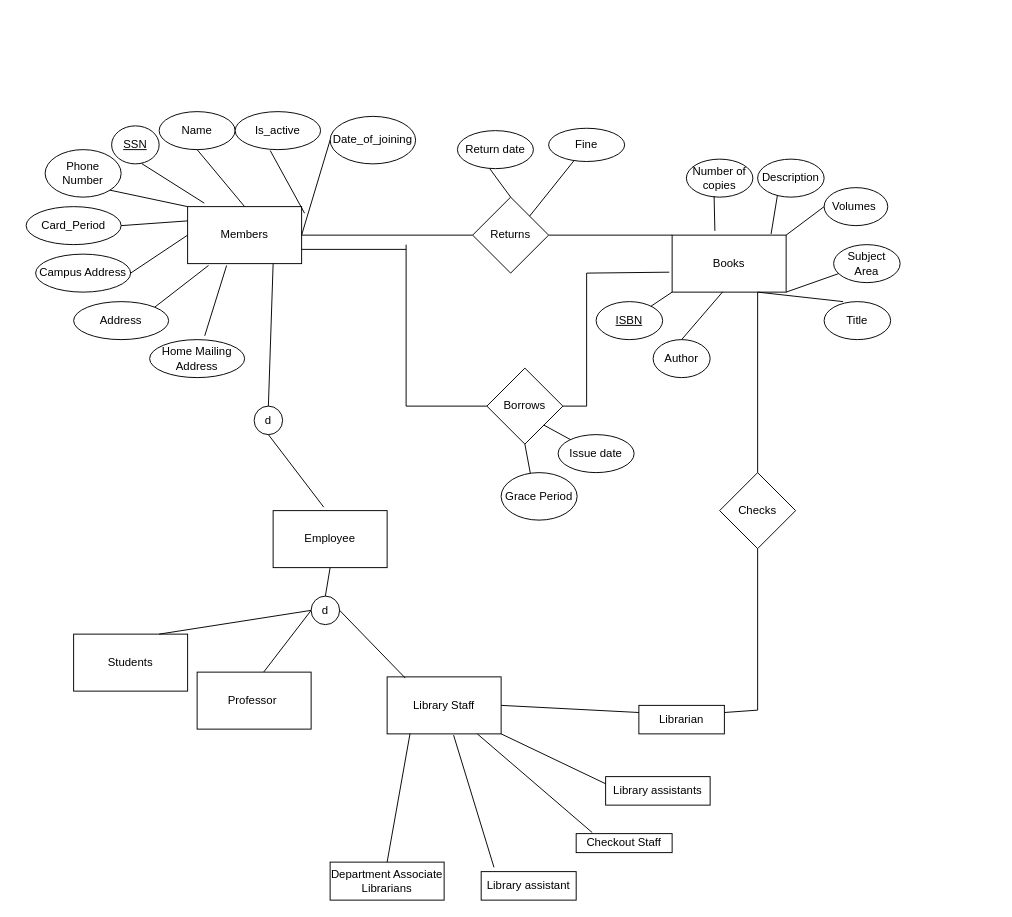
Earlier version of the draw.io diagram er.drawio (aditpatil10/Library-Management-System). Source tidied: cells renumbered, new cells numbered last; positions are measured from the earlier drawing's top-left corner, leaving out a move shared by most shapes. Both pictures are drawn from the tidied source at 95%, with x=0, y=0 at pixel (26, 111).
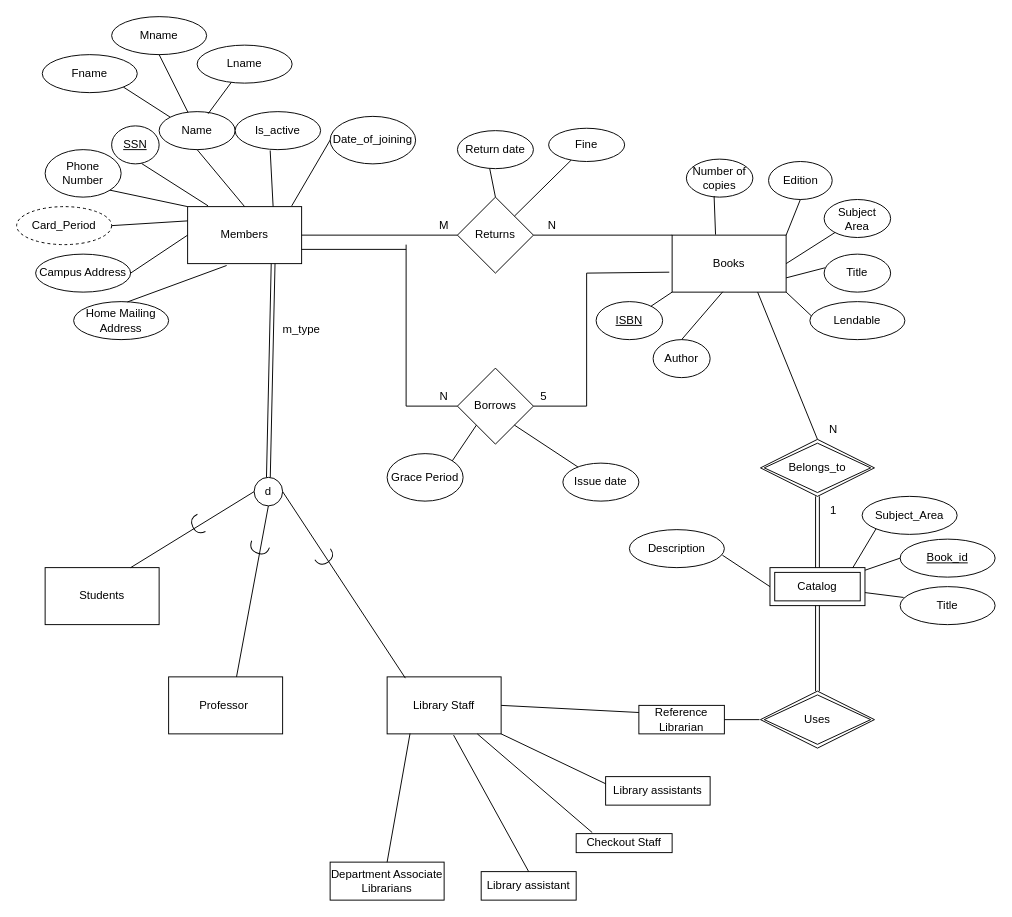
The same diagram, later.

The change refers to these unchanged cells:
```xml
<mxCell id="2" style="rounded=0;whiteSpace=wrap;html=1;" parent="1" vertex="1">
  <mxGeometry x="170" y="100" width="120" height="60" as="geometry" />
</mxCell>
<mxCell id="4" value="Books" style="rounded=0;whiteSpace=wrap;html=1;" parent="1" vertex="1">
  <mxGeometry x="680" y="130" width="120" height="60" as="geometry" />
</mxCell>
<mxCell id="7" value="SSN" style="ellipse;whiteSpace=wrap;html=1;fontStyle=4;" parent="1" vertex="1">
  <mxGeometry x="90" y="15" width="50" height="40" as="geometry" />
</mxCell>
<mxCell id="8" value="Name" style="ellipse;whiteSpace=wrap;html=1;" parent="1" vertex="1">
  <mxGeometry x="140" width="80" height="40" as="geometry" />
</mxCell>
<mxCell id="19" value="Number of copies" style="ellipse;whiteSpace=wrap;html=1;align=center;" parent="1" vertex="1">
  <mxGeometry x="695" y="50" width="70" height="40" as="geometry" />
</mxCell>
<mxCell id="33" value="Is_active" style="ellipse;whiteSpace=wrap;html=1;" parent="1" vertex="1">
  <mxGeometry x="220" width="90" height="40" as="geometry" />
</mxCell>
<mxCell id="35" value="Date_of_joining" style="ellipse;whiteSpace=wrap;html=1;" parent="1" vertex="1">
  <mxGeometry x="320" y="5" width="90" height="50" as="geometry" />
</mxCell>
<mxCell id="41" value="Library Staff" style="rounded=0;whiteSpace=wrap;html=1;" parent="1" vertex="1">
  <mxGeometry x="380" y="595" width="120" height="60" as="geometry" />
</mxCell>
<mxCell id="48" value="Library assistant" style="rounded=0;whiteSpace=wrap;html=1;" parent="1" vertex="1">
  <mxGeometry x="479" y="800" width="100" height="30" as="geometry" />
</mxCell>
```

The edit, as a diff of the source:
```diff
@@
     <mxCell id="6" value="Borrows" style="rhombus;whiteSpace=wrap;html=1;" parent="1" vertex="1">
-      <mxGeometry x="485" y="270" width="80" height="80" as="geometry" />
+      <mxGeometry x="454" y="270" width="80" height="80" as="geometry" />
     </mxCell>
@@
-    <mxCell id="11" value="Address" style="ellipse;whiteSpace=wrap;html=1;align=center;" parent="1" vertex="1">
-      <mxGeometry x="50" y="200" width="100" height="40" as="geometry" />
-    </mxCell>
     <mxCell id="12" value="Home Mailing Address" style="ellipse;whiteSpace=wrap;html=1;align=center;" parent="1" vertex="1">
-      <mxGeometry x="130" y="240" width="100" height="40" as="geometry" />
+      <mxGeometry x="50" y="200" width="100" height="40" as="geometry" />
     </mxCell>
-    <mxCell id="13" value="d" style="ellipse;whiteSpace=wrap;html=1;" parent="1" vertex="1">
-      <mxGeometry x="240" y="310" width="30" height="30" as="geometry" />
-    </mxCell>
-    <mxCell id="14" style="endArrow=none;html=1;entryX=0.75;entryY=1;entryDx=0;entryDy=0;exitX=0.5;exitY=0;exitDx=0;exitDy=0;" parent="1" edge="1" source="13" target="2">
-      <mxGeometry relative="1" as="geometry" />
-    </mxCell>
-    <mxCell id="15" value="Card_Period" style="ellipse;whiteSpace=wrap;html=1;align=center;" parent="1" vertex="1">
-      <mxGeometry y="100" width="100" height="40" as="geometry" />
-    </mxCell>
@@
     <mxCell id="17" value="Title" style="ellipse;whiteSpace=wrap;html=1;align=center;" parent="1" vertex="1">
-      <mxGeometry x="840" y="200" width="70" height="40" as="geometry" />
+      <mxGeometry x="840" y="150" width="70" height="40" as="geometry" />
     </mxCell>
     <mxCell id="18" value="Subject Area" style="ellipse;whiteSpace=wrap;html=1;align=center;" parent="1" vertex="1">
-      <mxGeometry x="850" y="140" width="70" height="40" as="geometry" />
+      <mxGeometry x="840" y="92.5" width="70" height="40" as="geometry" />
     </mxCell>
@@
-    <mxCell id="20" value="Description" style="ellipse;whiteSpace=wrap;html=1;align=center;" parent="1" vertex="1">
-      <mxGeometry x="770" y="50" width="70" height="40" as="geometry" />
-    </mxCell>
@@
-    <mxCell id="22" style="endArrow=none;html=1;entryX=1;entryY=1;entryDx=0;entryDy=0;" parent="1" edge="1" source="18" target="4">
+    <mxCell id="22" style="endArrow=none;html=1;entryX=1;entryY=0.5;entryDx=0;entryDy=0;" parent="1" edge="1" source="18" target="4">
       <mxGeometry relative="1" as="geometry" />
     </mxCell>
-    <mxCell id="23" style="endArrow=none;html=1;entryX=0.75;entryY=1;entryDx=0;entryDy=0;exitX=0.286;exitY=0;exitDx=0;exitDy=0;exitPerimeter=0;" parent="1" edge="1" source="17" target="4">
+    <mxCell id="23" style="endArrow=none;html=1;entryX=1;entryY=0.75;entryDx=0;entryDy=0;exitX=0.012;exitY=0.36;exitDx=0;exitDy=0;exitPerimeter=0;" parent="1" edge="1" source="17" target="4">
       <mxGeometry relative="1" as="geometry" />
     </mxCell>
@@
-    <mxCell id="25" style="endArrow=none;html=1;exitX=0.868;exitY=-0.019;exitDx=0;exitDy=0;exitPerimeter=0;entryX=0.298;entryY=0.95;entryDx=0;entryDy=0;entryPerimeter=0;" parent="1" edge="1" source="4" target="20">
-      <mxGeometry relative="1" as="geometry" />
-    </mxCell>
-    <mxCell id="26" style="endArrow=none;html=1;entryX=0.417;entryY=0.971;entryDx=0;entryDy=0;entryPerimeter=0;exitX=0.375;exitY=-0.075;exitDx=0;exitDy=0;exitPerimeter=0;" parent="1" edge="1" source="4" target="19">
+    <mxCell id="26" style="endArrow=none;html=1;entryX=0.417;entryY=0.971;entryDx=0;entryDy=0;entryPerimeter=0;exitX=0.381;exitY=-0.009;exitDx=0;exitDy=0;exitPerimeter=0;" parent="1" edge="1" source="4" target="19">
       <mxGeometry relative="1" as="geometry" />
     </mxCell>
@@
-    <mxCell id="28" style="endArrow=none;html=1;exitX=1;exitY=0;exitDx=0;exitDy=0;entryX=0.183;entryY=1.033;entryDx=0;entryDy=0;entryPerimeter=0;" parent="1" edge="1" source="11" target="2">
-      <mxGeometry relative="1" as="geometry" />
-    </mxCell>
-    <mxCell id="29" style="endArrow=none;html=1;entryX=0.633;entryY=0.992;entryDx=0;entryDy=0;entryPerimeter=0;exitX=0.146;exitY=-0.061;exitDx=0;exitDy=0;exitPerimeter=0;" parent="1" edge="1" source="2" target="7">
+    <mxCell id="29" style="endArrow=none;html=1;entryX=0.633;entryY=0.992;entryDx=0;entryDy=0;entryPerimeter=0;exitX=0.179;exitY=-0.014;exitDx=0;exitDy=0;exitPerimeter=0;" parent="1" edge="1" source="2" target="7">
       <mxGeometry relative="1" as="geometry" />
     </mxCell>
@@
-    <mxCell id="34" style="endArrow=none;html=1;exitX=1.026;exitY=0.116;exitDx=0;exitDy=0;exitPerimeter=0;entryX=0.41;entryY=1.023;entryDx=0;entryDy=0;entryPerimeter=0;" parent="1" edge="1" source="2" target="33">
+    <mxCell id="34" style="endArrow=none;html=1;exitX=0.75;exitY=0;exitDx=0;exitDy=0;entryX=0.41;entryY=1.023;entryDx=0;entryDy=0;entryPerimeter=0;" parent="1" edge="1" source="2" target="33">
       <mxGeometry relative="1" as="geometry" />
     </mxCell>
@@
-    <mxCell id="36" style="endArrow=none;html=1;exitX=1;exitY=0.5;exitDx=0;exitDy=0;entryX=0;entryY=0.5;entryDx=0;entryDy=0;" parent="1" edge="1" source="2" target="35">
+    <mxCell id="36" style="endArrow=none;html=1;exitX=0.913;exitY=-0.013;exitDx=0;exitDy=0;entryX=0;entryY=0.5;entryDx=0;entryDy=0;exitPerimeter=0;" parent="1" edge="1" source="2" target="35">
       <mxGeometry relative="1" as="geometry" />
     </mxCell>
-    <mxCell id="37" value="Employee" style="rounded=0;whiteSpace=wrap;html=1;" parent="1" vertex="1">
-      <mxGeometry x="260" y="420" width="120" height="60" as="geometry" />
-    </mxCell>
-    <mxCell id="38" style="endArrow=none;html=1;exitX=0.444;exitY=-0.061;exitDx=0;exitDy=0;exitPerimeter=0;entryX=0.5;entryY=1;entryDx=0;entryDy=0;" parent="1" edge="1" source="37" target="13">
-      <mxGeometry relative="1" as="geometry" />
-    </mxCell>
-    <mxCell id="39" style="endArrow=none;html=1;entryX=0;entryY=0.5;entryDx=0;entryDy=0;" parent="1" edge="1" target="42">
-      <mxGeometry relative="1" as="geometry">
-        <mxPoint x="250" y="590" as="sourcePoint" />
-      </mxGeometry>
+    <mxCell id="39" style="endArrow=none;html=1;entryX=0.5;entryY=1;entryDx=0;entryDy=0;exitX=0.594;exitY=0.017;exitDx=0;exitDy=0;exitPerimeter=0;" parent="1" edge="1" source="40" target="42">
+      <mxGeometry relative="1" as="geometry" />
     </mxCell>
     <mxCell id="40" value="Professor&amp;nbsp;" style="rounded=0;whiteSpace=wrap;html=1;" parent="1" vertex="1">
-      <mxGeometry x="180" y="590" width="120" height="60" as="geometry" />
+      <mxGeometry x="150" y="595" width="120" height="60" as="geometry" />
     </mxCell>
@@
     <mxCell id="42" value="d" style="ellipse;whiteSpace=wrap;html=1;" parent="1" vertex="1">
-      <mxGeometry x="300" y="510" width="30" height="30" as="geometry" />
+      <mxGeometry x="240" y="385" width="30" height="30" as="geometry" />
     </mxCell>
-    <mxCell id="43" style="endArrow=none;html=1;exitX=0.5;exitY=0;exitDx=0;exitDy=0;entryX=0.5;entryY=1;entryDx=0;entryDy=0;" parent="1" edge="1" source="42" target="37">
-      <mxGeometry relative="1" as="geometry" />
-    </mxCell>
@@
-    <mxCell id="45" value="Librarian" style="rounded=0;whiteSpace=wrap;html=1;" parent="1" vertex="1">
+    <mxCell id="45" value="Reference&lt;br&gt;Librarian" style="rounded=0;whiteSpace=wrap;html=1;" parent="1" vertex="1">
       <mxGeometry x="645" y="625" width="90" height="30" as="geometry" />
     </mxCell>
@@
-    <mxCell id="51" style="endArrow=none;html=1;entryX=0.583;entryY=1.022;entryDx=0;entryDy=0;entryPerimeter=0;exitX=0.135;exitY=-0.15;exitDx=0;exitDy=0;exitPerimeter=0;" parent="1" edge="1" source="48" target="41">
+    <mxCell id="51" style="endArrow=none;html=1;entryX=0.583;entryY=1.022;entryDx=0;entryDy=0;entryPerimeter=0;exitX=0.5;exitY=0;exitDx=0;exitDy=0;" parent="1" edge="1" source="48" target="41">
       <mxGeometry relative="1" as="geometry" />
     </mxCell>
@@
-    <mxCell id="60" style="endArrow=none;html=1;exitX=0.5;exitY=1;exitDx=0;exitDy=0;entryX=0.5;entryY=1;entryDx=0;entryDy=0;" parent="1" edge="1" source="6" target="61">
+    <mxCell id="60" style="endArrow=none;html=1;exitX=0;exitY=1;exitDx=0;exitDy=0;entryX=0.5;entryY=1;entryDx=0;entryDy=0;" parent="1" edge="1" source="6" target="61">
       <mxGeometry relative="1" as="geometry" />
     </mxCell>
     <mxCell id="61" value="Grace Period" style="ellipse;whiteSpace=wrap;html=1;" parent="1" vertex="1">
-      <mxGeometry x="500" y="380" width="80" height="50" as="geometry" />
+      <mxGeometry x="380" y="360" width="80" height="50" as="geometry" />
     </mxCell>
-    <mxCell id="62" style="endArrow=none;html=1;exitX=0.58;exitY=-0.1;exitDx=0;exitDy=0;exitPerimeter=0;entryX=0.342;entryY=1.033;entryDx=0;entryDy=0;entryPerimeter=0;" parent="1" edge="1" source="12" target="2">
+    <mxCell id="62" style="endArrow=none;html=1;entryX=0.342;entryY=1.033;entryDx=0;entryDy=0;entryPerimeter=0;exitX=0.567;exitY=0.008;exitDx=0;exitDy=0;exitPerimeter=0;" parent="1" edge="1" source="12" target="2">
       <mxGeometry relative="1" as="geometry" />
     </mxCell>
@@
     <mxCell id="64" value="Issue date" style="ellipse;whiteSpace=wrap;html=1;" parent="1" vertex="1">
-      <mxGeometry x="560" y="340" width="80" height="40" as="geometry" />
+      <mxGeometry x="565" y="370" width="80" height="40" as="geometry" />
     </mxCell>
@@
     <mxCell id="66" value="Returns" style="rhombus;whiteSpace=wrap;html=1;" parent="1" vertex="1">
-      <mxGeometry x="470" y="90" width="80" height="80" as="geometry" />
+      <mxGeometry x="454" y="90" width="80" height="80" as="geometry" />
     </mxCell>
@@
-    <mxCell id="73" value="Checks" style="rhombus;whiteSpace=wrap;html=1;" parent="1" vertex="1">
-      <mxGeometry x="730" y="380" width="80" height="80" as="geometry" />
-    </mxCell>
-    <mxCell id="74" style="endArrow=none;html=1;entryX=0.75;entryY=1;entryDx=0;entryDy=0;exitX=0.5;exitY=0;exitDx=0;exitDy=0;" parent="1" edge="1" source="73" target="4">
-      <mxGeometry relative="1" as="geometry" />
-    </mxCell>
-    <mxCell id="75" style="endArrow=none;html=1;entryX=0.5;entryY=1;entryDx=0;entryDy=0;" parent="1" edge="1" target="73">
-      <mxGeometry relative="1" as="geometry">
-        <mxPoint x="770" y="630" as="sourcePoint" />
-      </mxGeometry>
-    </mxCell>
-    <mxCell id="76" style="endArrow=none;html=1;exitX=1;exitY=0.25;exitDx=0;exitDy=0;" parent="1" edge="1" source="45">
-      <mxGeometry relative="1" as="geometry">
-        <mxPoint x="770" y="630" as="targetPoint" />
-      </mxGeometry>
-    </mxCell>
     <mxCell id="77" value="Students" style="rounded=0;whiteSpace=wrap;html=1;" parent="1" vertex="1">
-      <mxGeometry x="50" y="550" width="120" height="60" as="geometry" />
+      <mxGeometry x="20" y="480" width="120" height="60" as="geometry" />
     </mxCell>
@@
-    <mxCell id="79" value="Volumes&amp;nbsp;" style="ellipse;whiteSpace=wrap;html=1;" parent="1" vertex="1">
-      <mxGeometry x="840" y="80" width="67" height="40" as="geometry" />
+    <mxCell id="79" value="Edition" style="ellipse;whiteSpace=wrap;html=1;" parent="1" vertex="1">
+      <mxGeometry x="781.5" y="52.5" width="67" height="40" as="geometry" />
     </mxCell>
-    <mxCell id="80" style="endArrow=none;html=1;exitX=1;exitY=0;exitDx=0;exitDy=0;entryX=0;entryY=0.5;entryDx=0;entryDy=0;" parent="1" edge="1" source="4" target="79">
+    <mxCell id="80" style="endArrow=none;html=1;exitX=1;exitY=0;exitDx=0;exitDy=0;entryX=0.5;entryY=1;entryDx=0;entryDy=0;" parent="1" edge="1" source="4" target="79">
       <mxGeometry relative="1" as="geometry" />
     </mxCell>
+    <mxCell id="81" style="shape=link;html=1;entryX=0.75;entryY=1;entryDx=0;entryDy=0;exitX=0.5;exitY=0;exitDx=0;exitDy=0;" parent="1" edge="1" source="42" target="2">
+      <mxGeometry relative="1" as="geometry" />
+    </mxCell>
+    <mxCell id="15" value="Card_Period" style="ellipse;whiteSpace=wrap;html=1;align=center;dashed=1;" parent="1" vertex="1">
+      <mxGeometry x="-10" y="100" width="100" height="40" as="geometry" />
+    </mxCell>
+    <mxCell id="82" value="m_type" style="text;html=1;strokeColor=none;fillColor=none;align=center;verticalAlign=middle;whiteSpace=wrap;rounded=0;" parent="1" vertex="1">
+      <mxGeometry x="270" y="220" width="40" height="20" as="geometry" />
+    </mxCell>
+    <mxCell id="83" value="Lendable" style="ellipse;whiteSpace=wrap;html=1;align=center;" parent="1" vertex="1">
+      <mxGeometry x="825" y="200" width="100" height="40" as="geometry" />
+    </mxCell>
+    <mxCell id="84" style="endArrow=none;html=1;entryX=1;entryY=1;entryDx=0;entryDy=0;exitX=0.018;exitY=0.38;exitDx=0;exitDy=0;exitPerimeter=0;" parent="1" edge="1" source="83" target="4">
+      <mxGeometry relative="1" as="geometry" />
+    </mxCell>
+    <mxCell id="85" value="N" style="text;html=1;strokeColor=none;fillColor=none;align=center;verticalAlign=middle;whiteSpace=wrap;rounded=0;" parent="1" vertex="1">
+      <mxGeometry x="420" y="290" width="40" height="20" as="geometry" />
+    </mxCell>
+    <mxCell id="86" value="5" style="text;html=1;strokeColor=none;fillColor=none;align=center;verticalAlign=middle;whiteSpace=wrap;rounded=0;" parent="1" vertex="1">
+      <mxGeometry x="525" y="290" width="40" height="20" as="geometry" />
+    </mxCell>
+    <mxCell id="87" value="Fname" style="ellipse;whiteSpace=wrap;html=1;align=center;" parent="1" vertex="1">
+      <mxGeometry x="17" y="-60" width="100" height="40" as="geometry" />
+    </mxCell>
+    <mxCell id="88" value="Mname" style="ellipse;whiteSpace=wrap;html=1;align=center;" parent="1" vertex="1">
+      <mxGeometry x="90" y="-100" width="100" height="40" as="geometry" />
+    </mxCell>
+    <mxCell id="89" value="Lname" style="ellipse;whiteSpace=wrap;html=1;align=center;" parent="1" vertex="1">
+      <mxGeometry x="180" y="-70" width="100" height="40" as="geometry" />
+    </mxCell>
+    <mxCell id="90" style="endArrow=none;html=1;entryX=1;entryY=1;entryDx=0;entryDy=0;exitX=0;exitY=0;exitDx=0;exitDy=0;" parent="1" edge="1" source="8" target="87">
+      <mxGeometry relative="1" as="geometry" />
+    </mxCell>
+    <mxCell id="91" style="endArrow=none;html=1;entryX=0.5;entryY=1;entryDx=0;entryDy=0;" parent="1" edge="1" source="8" target="88">
+      <mxGeometry relative="1" as="geometry" />
+    </mxCell>
+    <mxCell id="92" style="endArrow=none;html=1;exitX=0.645;exitY=0.055;exitDx=0;exitDy=0;exitPerimeter=0;" parent="1" edge="1" source="8" target="89">
+      <mxGeometry relative="1" as="geometry" />
+    </mxCell>
+    <mxCell id="93" style="shape=requiredInterface;html=1;verticalLabelPosition=bottom;direction=west;rotation=-25;" parent="1" vertex="1">
+      <mxGeometry x="175" y="425" width="10" height="20" as="geometry" />
+    </mxCell>
+    <mxCell id="94" style="shape=requiredInterface;html=1;verticalLabelPosition=bottom;rotation=111;" parent="1" vertex="1">
+      <mxGeometry x="240" y="450" width="10" height="20" as="geometry" />
+    </mxCell>
+    <mxCell id="95" style="shape=requiredInterface;html=1;verticalLabelPosition=bottom;rotation=55;" parent="1" vertex="1">
+      <mxGeometry x="310" y="460" width="10" height="20" as="geometry" />
+    </mxCell>
+    <mxCell id="96" value="Catalog" style="shape=ext;margin=3;double=1;whiteSpace=wrap;html=1;align=center;" parent="1" vertex="1">
+      <mxGeometry x="783" y="480" width="100" height="40" as="geometry" />
+    </mxCell>
+    <mxCell id="97" value="Belongs_to" style="shape=rhombus;double=1;perimeter=rhombusPerimeter;whiteSpace=wrap;html=1;align=center;" parent="1" vertex="1">
+      <mxGeometry x="773" y="345" width="120" height="60" as="geometry" />
+    </mxCell>
+    <mxCell id="98" style="endArrow=none;html=1;entryX=0.75;entryY=1;entryDx=0;entryDy=0;exitX=0.5;exitY=0;exitDx=0;exitDy=0;" parent="1" edge="1" source="97" target="4">
+      <mxGeometry relative="1" as="geometry" />
+    </mxCell>
+    <mxCell id="99" value="Book_id" style="ellipse;whiteSpace=wrap;html=1;align=center;fontStyle=4;" parent="1" vertex="1">
+      <mxGeometry x="920" y="450" width="100" height="40" as="geometry" />
+    </mxCell>
+    <mxCell id="100" value="Title" style="ellipse;whiteSpace=wrap;html=1;align=center;" parent="1" vertex="1">
+      <mxGeometry x="920" y="500" width="100" height="40" as="geometry" />
+    </mxCell>
+    <mxCell id="101" value="Subject_Area" style="ellipse;whiteSpace=wrap;html=1;align=center;" parent="1" vertex="1">
+      <mxGeometry x="880" y="405" width="100" height="40" as="geometry" />
+    </mxCell>
+    <mxCell id="20" value="Description" style="ellipse;whiteSpace=wrap;html=1;align=center;" parent="1" vertex="1">
+      <mxGeometry x="635" y="440" width="100" height="40" as="geometry" />
+    </mxCell>
+    <mxCell id="102" style="endArrow=none;html=1;entryX=0.979;entryY=0.672;entryDx=0;entryDy=0;exitX=0;exitY=0.5;exitDx=0;exitDy=0;entryPerimeter=0;" parent="1" edge="1" source="96" target="20">
+      <mxGeometry relative="1" as="geometry" />
+    </mxCell>
+    <mxCell id="103" style="endArrow=none;html=1;entryX=0;entryY=1;entryDx=0;entryDy=0;exitX=0.87;exitY=0.01;exitDx=0;exitDy=0;exitPerimeter=0;" parent="1" edge="1" source="96" target="101">
+      <mxGeometry relative="1" as="geometry" />
+    </mxCell>
+    <mxCell id="104" style="endArrow=none;html=1;entryX=0;entryY=0.5;entryDx=0;entryDy=0;" parent="1" edge="1" source="96" target="99">
+      <mxGeometry relative="1" as="geometry" />
+    </mxCell>
+    <mxCell id="105" style="endArrow=none;html=1;entryX=0.037;entryY=0.285;entryDx=0;entryDy=0;entryPerimeter=0;" parent="1" edge="1" source="96" target="100">
+      <mxGeometry relative="1" as="geometry" />
+    </mxCell>
+    <mxCell id="106" style="endArrow=none;html=1;exitX=1;exitY=0.5;exitDx=0;exitDy=0;entryX=0;entryY=0.5;entryDx=0;entryDy=0;" parent="1" edge="1" source="45">
+      <mxGeometry relative="1" as="geometry">
+        <mxPoint x="772" y="640" as="targetPoint" />
+      </mxGeometry>
+    </mxCell>
+    <mxCell id="107" value="Uses" style="shape=rhombus;double=1;perimeter=rhombusPerimeter;whiteSpace=wrap;html=1;align=center;" parent="1" vertex="1">
+      <mxGeometry x="773" y="610" width="120" height="60" as="geometry" />
+    </mxCell>
+    <mxCell id="108" style="shape=link;html=1;entryX=0.5;entryY=1;entryDx=0;entryDy=0;exitX=0.5;exitY=0;exitDx=0;exitDy=0;" parent="1" edge="1" source="96" target="97">
+      <mxGeometry relative="1" as="geometry" />
+    </mxCell>
+    <mxCell id="109" style="shape=link;html=1;entryX=0.5;entryY=1;entryDx=0;entryDy=0;exitX=0.5;exitY=0;exitDx=0;exitDy=0;" parent="1" edge="1" source="107" target="96">
+      <mxGeometry relative="1" as="geometry" />
+    </mxCell>
+    <mxCell id="110" value="M" style="text;html=1;strokeColor=none;fillColor=none;align=center;verticalAlign=middle;whiteSpace=wrap;rounded=0;" parent="1" vertex="1">
+      <mxGeometry x="420" y="110" width="40" height="20" as="geometry" />
+    </mxCell>
+    <mxCell id="111" value="N" style="text;html=1;strokeColor=none;fillColor=none;align=center;verticalAlign=middle;whiteSpace=wrap;rounded=0;" parent="1" vertex="1">
+      <mxGeometry x="534" y="110" width="40" height="20" as="geometry" />
+    </mxCell>
+    <mxCell id="112" value="N" style="text;html=1;strokeColor=none;fillColor=none;align=center;verticalAlign=middle;whiteSpace=wrap;rounded=0;" parent="1" vertex="1">
+      <mxGeometry x="830" y="325" width="40" height="20" as="geometry" />
+    </mxCell>
+    <mxCell id="113" value="1" style="text;html=1;strokeColor=none;fillColor=none;align=center;verticalAlign=middle;whiteSpace=wrap;rounded=0;" parent="1" vertex="1">
+      <mxGeometry x="830" y="410" width="40" height="20" as="geometry" />
+    </mxCell>
```
